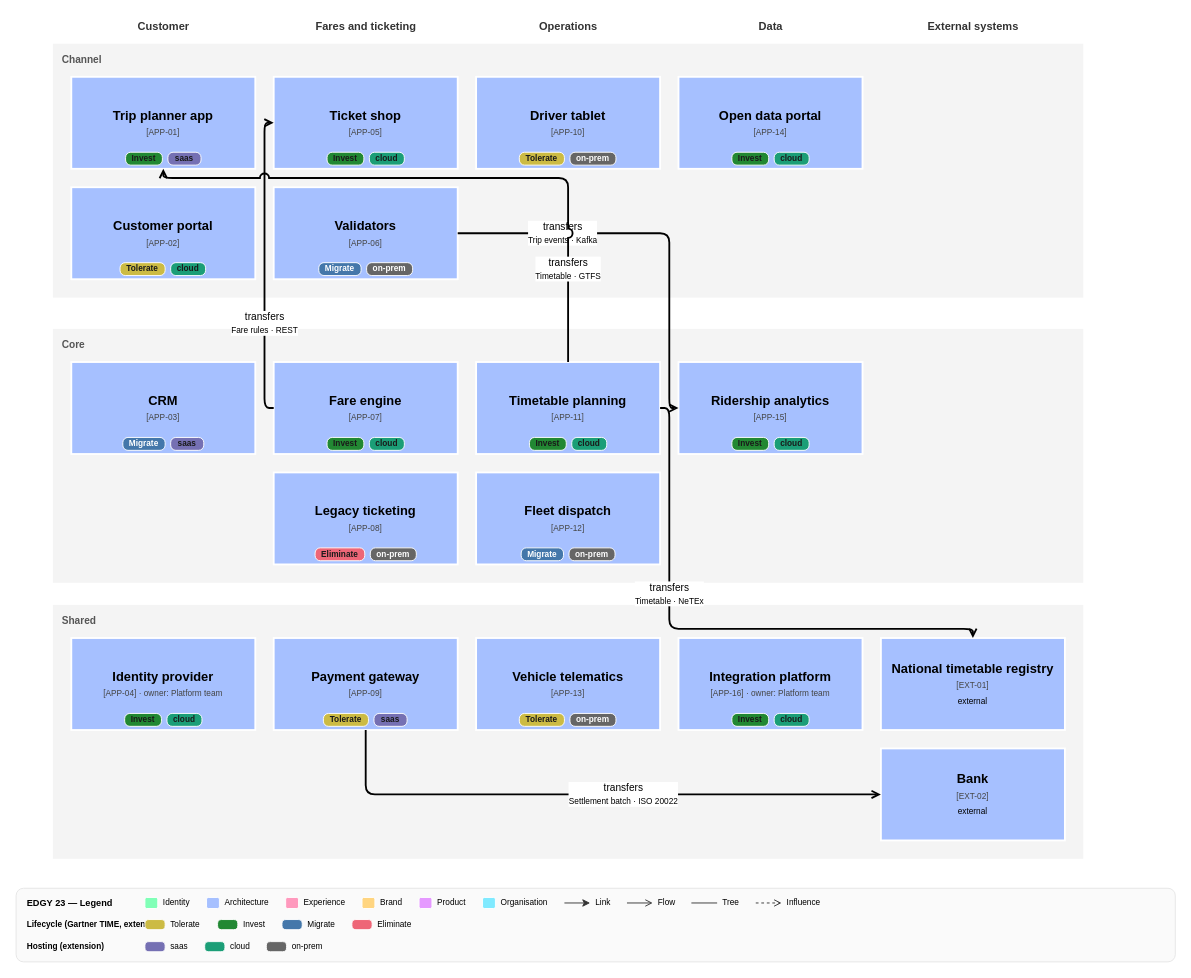
Earlier version of the draw.io diagram skills/documentation/edgy-diagram/examples/expected-application.drawio (Rahola/edgy-skills). Source tidied: cells renumbered, new cells numbered last; positions are measured from the earlier drawing's top-left corner, leaving out a move shared by most shapes. Both pictures are drawn from the tidied source at 92%, with x=0, y=0 at pixel (16, 16).
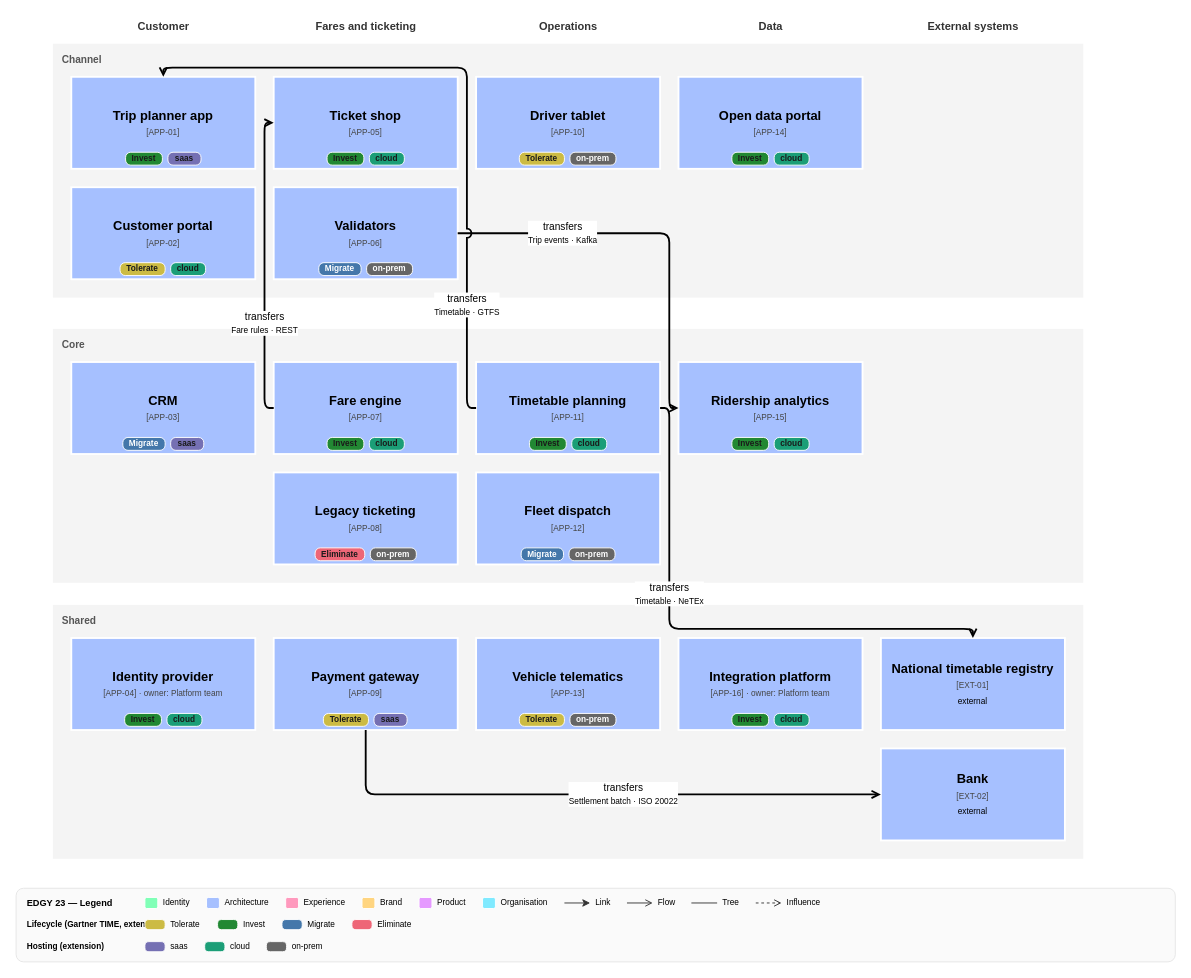
The same page after the edit.

The change refers to these unchanged cells:
```xml
<mxCell id="10" value="&lt;b&gt;Trip planner app&lt;/b&gt;&lt;br&gt;&lt;font style=&quot;font-size:9px;color:#444444;font-weight:normal&quot;&gt;[APP-01]&lt;/font&gt;" style="whiteSpace=wrap;html=1;fillColor=#a6c0ff;strokeColor=#FFFFFF;strokeWidth=2;verticalAlign=middle;fontStyle=1;fontSize=14;edgyId=APP-01;edgyType=asset;edgyKind=application;edgyFacet=architecture;edgyOcc=application/10;" parent="1" vertex="1">
  <mxGeometry x="60" y="66" width="200" height="100" as="geometry" />
</mxCell>
<mxCell id="40" value="&lt;b&gt;Timetable planning&lt;/b&gt;&lt;br&gt;&lt;font style=&quot;font-size:9px;color:#444444;font-weight:normal&quot;&gt;[APP-11]&lt;/font&gt;" style="whiteSpace=wrap;html=1;fillColor=#a6c0ff;strokeColor=#FFFFFF;strokeWidth=2;verticalAlign=middle;fontStyle=1;fontSize=14;edgyId=APP-11;edgyType=asset;edgyKind=application;edgyFacet=architecture;edgyOcc=application/40;" parent="1" vertex="1">
  <mxGeometry x="500" y="376" width="200" height="100" as="geometry" />
</mxCell>
```

Change to the diagram source:
```diff
@@
-    <mxCell id="64" value="transfers&lt;br&gt;&lt;font style=&quot;font-size:9px&quot;&gt;Timetable · GTFS&lt;/font&gt;" style="edgeStyle=orthogonalEdgeStyle;rounded=1;strokeWidth=2;fontSize=11;html=1;jumpStyle=arc;jumpSize=8;labelBackgroundColor=#ffffff;labelBorderColor=none;endArrow=open;endFill=0;strokeWidth=2;exitX=0.5;exitY=0.0;exitDx=0;exitDy=0;entryX=0.5;entryY=1.0;entryDx=0;entryDy=0;" parent="1" edge="1" source="40" target="10">
-      <mxGeometry x="-0.69" relative="1" as="geometry">
+    <mxCell id="64" value="transfers&lt;br&gt;&lt;font style=&quot;font-size:9px&quot;&gt;Timetable · GTFS&lt;/font&gt;" style="edgeStyle=orthogonalEdgeStyle;rounded=1;strokeWidth=2;fontSize=11;html=1;jumpStyle=arc;jumpSize=8;labelBackgroundColor=#ffffff;labelBorderColor=none;endArrow=open;endFill=0;strokeWidth=2;exitX=0.0;exitY=0.5;exitDx=0;exitDy=0;entryX=0.5;entryY=0.0;entryDx=0;entryDy=0;" parent="1" edge="1" source="40" target="10">
+      <mxGeometry x="-0.66" relative="1" as="geometry">
         <Array as="points">
-          <mxPoint x="600" y="366" />
-          <mxPoint x="600" y="176" />
-          <mxPoint x="160" y="176" />
+          <mxPoint x="490" y="426" />
+          <mxPoint x="490" y="56" />
+          <mxPoint x="160" y="56" />
         </Array>
       </mxGeometry>
     </mxCell>
```
